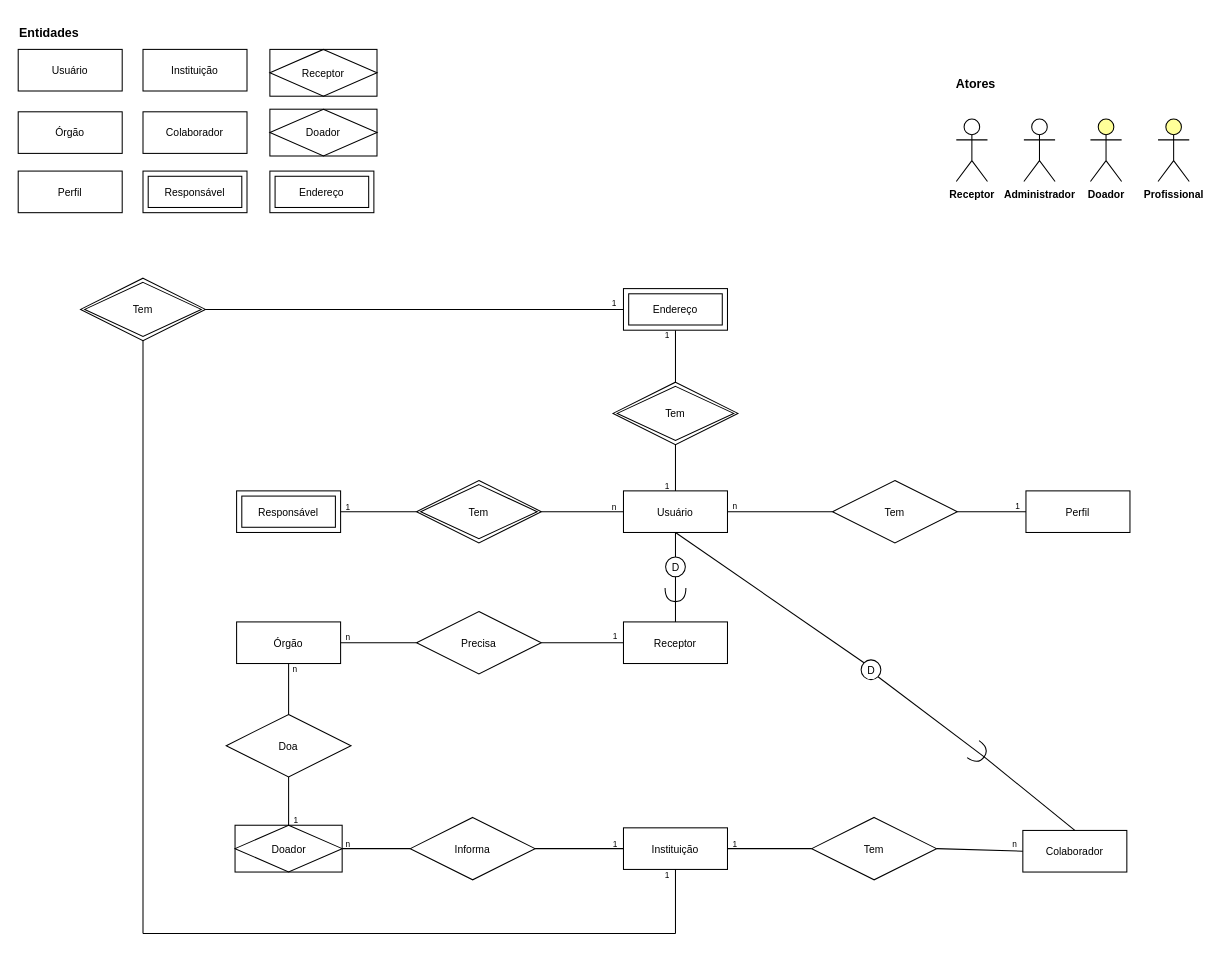
The draw.io diagram page "Modelo Conceitual" (1 of 2) of DER/DER-SDTO.drawio in squadlovelace/sdto-data-model, before the edit. Source tidied: cells renumbered, new cells numbered last; positions are measured from the earlier drawing's top-left corner, leaving out a move shared by most shapes. Both pictures are drawn from the tidied source at 104%, with x=0, y=0 at pixel (18, 18).
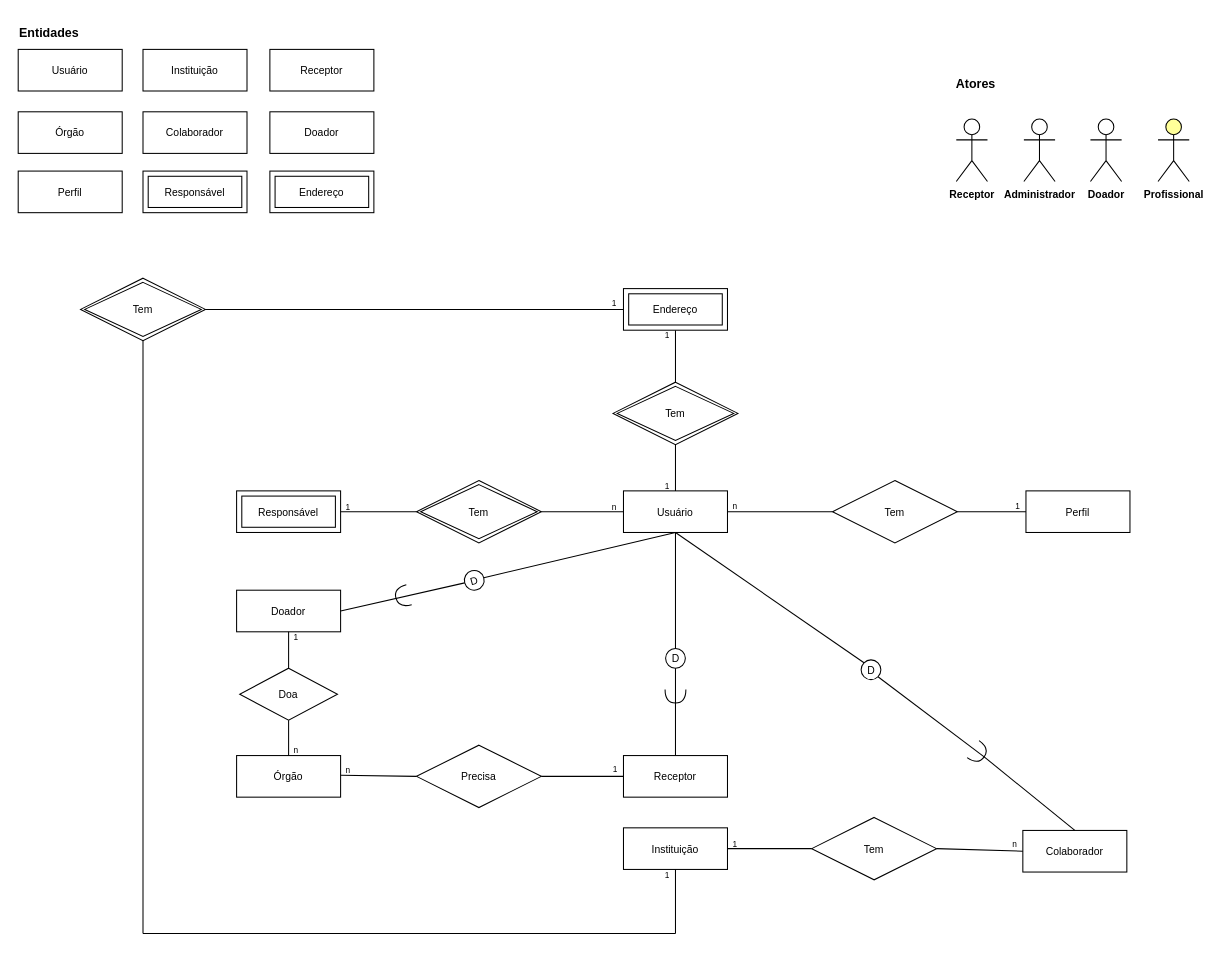
Above is the later version.

Commit message (it also covers changes not shown here):
modificação relação do Doador com a plataforma

Unchanged cells that the change refers to:
```xml
<mxCell id="8" value="Usuário" style="whiteSpace=wrap;html=1;align=center;fontSize=10;fontFamily=Helvetica;" parent="1" vertex="1">
  <mxGeometry x="582" y="454.5" width="100" height="40" as="geometry" />
</mxCell>
<mxCell id="13" value="Instituição" style="whiteSpace=wrap;html=1;align=center;fontSize=10;fontFamily=Helvetica;" parent="1" vertex="1">
  <mxGeometry x="582" y="778.5" width="100" height="40" as="geometry" />
</mxCell>
```

The edit, as a diff of the source:
```diff
@@
     <mxCell id="17" value="Órgão" style="whiteSpace=wrap;html=1;align=center;fontSize=10;fontFamily=Helvetica;" parent="1" vertex="1">
-      <mxGeometry x="210" y="580.5" width="100" height="40" as="geometry" />
+      <mxGeometry x="210" y="709" width="100" height="40" as="geometry" />
     </mxCell>
-    <mxCell id="18" style="endArrow=none;html=1;rounded=0;fontFamily=Helvetica;fontSize=10;exitX=1;exitY=0.5;exitDx=0;exitDy=0;entryX=0;entryY=0.5;entryDx=0;entryDy=0;" parent="1" edge="1" source="28" target="69">
+    <mxCell id="18" style="endArrow=none;html=1;rounded=0;fontFamily=Helvetica;fontSize=10;entryX=0;entryY=0.5;entryDx=0;entryDy=0;exitX=1;exitY=0.5;exitDx=0;exitDy=0;" parent="1" edge="1" source="28" target="69">
       <mxGeometry relative="1" as="geometry" />
     </mxCell>
-    <mxCell id="19" style="endArrow=none;html=1;rounded=0;fontFamily=Helvetica;fontSize=10;exitX=1;exitY=0.5;exitDx=0;exitDy=0;entryX=0;entryY=0.5;entryDx=0;entryDy=0;" parent="1" edge="1" source="17" target="28">
-      <mxGeometry relative="1" as="geometry" />
-    </mxCell>
@@
     <mxCell id="24" value="1" style="text;html=1;strokeColor=none;fillColor=none;align=center;verticalAlign=middle;whiteSpace=wrap;rounded=0;fontFamily=Helvetica;fontSize=8;fontStyle=0;" parent="1" vertex="1">
-      <mxGeometry x="567" y="588.5" width="15" height="10" as="geometry" />
+      <mxGeometry x="567" y="717" width="15" height="10" as="geometry" />
     </mxCell>
     <mxCell id="25" value="n" style="text;html=1;strokeColor=none;fillColor=none;align=center;verticalAlign=middle;whiteSpace=wrap;rounded=0;fontFamily=Helvetica;fontSize=8;fontStyle=0;" parent="1" vertex="1">
-      <mxGeometry x="310" y="589.5" width="15" height="10" as="geometry" />
+      <mxGeometry x="310" y="718" width="15" height="10" as="geometry" />
     </mxCell>
@@
     <mxCell id="28" value="Precisa" style="shape=rhombus;perimeter=rhombusPerimeter;whiteSpace=wrap;html=1;align=center;fontSize=10;" parent="1" vertex="1">
-      <mxGeometry x="383" y="570.5" width="120" height="60" as="geometry" />
+      <mxGeometry x="383" y="699" width="120" height="60" as="geometry" />
     </mxCell>
-    <mxCell id="29" value="Informa" style="shape=rhombus;perimeter=rhombusPerimeter;whiteSpace=wrap;html=1;align=center;fontSize=10;" parent="1" vertex="1">
-      <mxGeometry x="377" y="768.5" width="120" height="60" as="geometry" />
-    </mxCell>
-    <mxCell id="30" style="endArrow=none;html=1;rounded=0;fontFamily=Helvetica;fontSize=10;exitX=1;exitY=0.5;exitDx=0;exitDy=0;entryX=0;entryY=0.5;entryDx=0;entryDy=0;" parent="1" edge="1" source="29" target="13">
-      <mxGeometry relative="1" as="geometry" />
-    </mxCell>
-    <mxCell id="31" style="endArrow=none;html=1;rounded=0;fontFamily=Helvetica;fontSize=10;entryX=0;entryY=0.5;entryDx=0;entryDy=0;exitX=0;exitY=1;exitDx=0;exitDy=0;" parent="1" edge="1" source="32" target="29">
-      <mxGeometry relative="1" as="geometry" />
-    </mxCell>
-    <mxCell id="32" value="n" style="text;html=1;strokeColor=none;fillColor=none;align=center;verticalAlign=middle;whiteSpace=wrap;rounded=0;fontFamily=Helvetica;fontSize=8;fontStyle=0;" parent="1" vertex="1">
-      <mxGeometry x="310" y="788.5" width="15" height="10" as="geometry" />
-    </mxCell>
-    <mxCell id="33" value="1" style="text;html=1;strokeColor=none;fillColor=none;align=center;verticalAlign=middle;whiteSpace=wrap;rounded=0;fontFamily=Helvetica;fontSize=8;fontStyle=0;" parent="1" vertex="1">
-      <mxGeometry x="567" y="788.5" width="15" height="10" as="geometry" />
-    </mxCell>
-    <mxCell id="34" value="Doa" style="shape=rhombus;perimeter=rhombusPerimeter;whiteSpace=wrap;html=1;align=center;fontSize=10;" parent="1" vertex="1">
-      <mxGeometry x="200" y="669.5" width="120" height="60" as="geometry" />
-    </mxCell>
-    <mxCell id="35" style="endArrow=none;html=1;rounded=0;fontFamily=Helvetica;fontSize=10;exitX=0.5;exitY=0;exitDx=0;exitDy=0;" parent="1" edge="1" source="50" target="34">
-      <mxGeometry relative="1" as="geometry" />
-    </mxCell>
-    <mxCell id="36" style="endArrow=none;html=1;rounded=0;fontFamily=Helvetica;fontSize=10;exitX=0.5;exitY=0;exitDx=0;exitDy=0;entryX=0.5;entryY=1;entryDx=0;entryDy=0;" parent="1" edge="1" source="34" target="17">
-      <mxGeometry relative="1" as="geometry" />
-    </mxCell>
-    <mxCell id="37" value="n" style="text;html=1;strokeColor=none;fillColor=none;align=center;verticalAlign=middle;whiteSpace=wrap;rounded=0;fontFamily=Helvetica;fontSize=8;fontStyle=0;" parent="1" vertex="1">
-      <mxGeometry x="259" y="620.5" width="15" height="10" as="geometry" />
-    </mxCell>
-    <mxCell id="38" value="1" style="text;html=1;strokeColor=none;fillColor=none;align=center;verticalAlign=middle;whiteSpace=wrap;rounded=0;fontFamily=Helvetica;fontSize=8;fontStyle=0;" parent="1" vertex="1">
-      <mxGeometry x="260" y="766" width="15" height="10" as="geometry" />
-    </mxCell>
-    <mxCell id="39" value="Doador" style="shape=umlActor;html=1;verticalLabelPosition=bottom;verticalAlign=top;align=center;fontFamily=Helvetica;fontSize=10;fontStyle=1;fillColor=#FFFF99;" parent="1" vertex="1">
+    <mxCell id="39" value="Doador" style="shape=umlActor;html=1;verticalLabelPosition=bottom;verticalAlign=top;align=center;fontFamily=Helvetica;fontSize=10;fontStyle=1;" parent="1" vertex="1">
       <mxGeometry x="1031" y="97" width="30" height="60" as="geometry" />
     </mxCell>
@@
-    <mxCell id="50" value="Doador" style="shape=associativeEntity;whiteSpace=wrap;html=1;align=center;fontSize=10;" parent="1" vertex="1">
-      <mxGeometry x="208.5" y="776" width="103" height="45" as="geometry" />
-    </mxCell>
-    <mxCell id="51" value="Receptor" style="shape=associativeEntity;whiteSpace=wrap;html=1;align=center;fontSize=10;" parent="1" vertex="1">
-      <mxGeometry x="242" y="30" width="103" height="45" as="geometry" />
-    </mxCell>
-    <mxCell id="52" value="Doador" style="shape=associativeEntity;whiteSpace=wrap;html=1;align=center;fontSize=10;" parent="1" vertex="1">
-      <mxGeometry x="242" y="87.5" width="103" height="45" as="geometry" />
-    </mxCell>
@@
     <mxCell id="65" value="&lt;font style=&quot;font-size: 10px;&quot;&gt;D&lt;/font&gt;" style="ellipse;whiteSpace=wrap;html=1;rotation=0;" parent="1" vertex="1">
-      <mxGeometry x="622.5" y="518" width="19" height="19" as="geometry" />
+      <mxGeometry x="622.5" y="606" width="19" height="19" as="geometry" />
     </mxCell>
@@
     <mxCell id="67" style="shape=requiredInterface;html=1;verticalLabelPosition=bottom;sketch=0;fontSize=10;rotation=90;" parent="1" vertex="1">
-      <mxGeometry x="625.5" y="544.5" width="13" height="20" as="geometry" />
+      <mxGeometry x="625.5" y="642" width="13" height="20" as="geometry" />
     </mxCell>
@@
     <mxCell id="69" value="Receptor" style="whiteSpace=wrap;html=1;align=center;fontSize=10;fontFamily=Helvetica;" parent="1" vertex="1">
-      <mxGeometry x="582" y="580.5" width="100" height="40" as="geometry" />
+      <mxGeometry x="582" y="709" width="100" height="40" as="geometry" />
     </mxCell>
@@
+    <mxCell id="34" value="Doa" style="shape=rhombus;perimeter=rhombusPerimeter;whiteSpace=wrap;html=1;align=center;fontSize=10;" parent="1" vertex="1">
+      <mxGeometry x="213" y="625" width="94" height="50" as="geometry" />
+    </mxCell>
+    <mxCell id="79" value="Doador" style="whiteSpace=wrap;html=1;align=center;fontSize=10;" parent="1" vertex="1">
+      <mxGeometry x="210" y="550" width="100" height="40" as="geometry" />
+    </mxCell>
+    <mxCell id="80" style="endArrow=none;html=1;rounded=0;entryX=1;entryY=0.5;entryDx=0;entryDy=0;exitX=0;exitY=0.5;exitDx=0;exitDy=0;startArrow=none;" parent="1" edge="1" source="81" target="79">
+      <mxGeometry relative="1" as="geometry" />
+    </mxCell>
+    <mxCell id="81" value="&lt;font style=&quot;font-size: 10px;&quot;&gt;D&lt;/font&gt;" style="ellipse;whiteSpace=wrap;html=1;rotation=-15;" parent="1" vertex="1">
+      <mxGeometry x="429" y="531" width="19" height="19" as="geometry" />
+    </mxCell>
+    <mxCell id="82" style="endArrow=none;html=1;rounded=0;exitX=0.5;exitY=1;exitDx=0;exitDy=0;entryX=1;entryY=0.5;entryDx=0;entryDy=0;" parent="1" edge="1" source="8" target="81">
+      <mxGeometry relative="1" as="geometry" />
+    </mxCell>
+    <mxCell id="83" style="shape=requiredInterface;html=1;verticalLabelPosition=bottom;sketch=0;fontSize=10;rotation=-195;" parent="1" vertex="1">
+      <mxGeometry x="363" y="546" width="13" height="20" as="geometry" />
+    </mxCell>
+    <mxCell id="84" style="endArrow=none;html=1;rounded=0;fontSize=10;exitX=0.5;exitY=1;exitDx=0;exitDy=0;" parent="1" edge="1" source="79" target="34">
+      <mxGeometry relative="1" as="geometry" />
+    </mxCell>
+    <mxCell id="85" style="endArrow=none;html=1;rounded=0;fontSize=10;exitX=0.5;exitY=0;exitDx=0;exitDy=0;entryX=0.5;entryY=1;entryDx=0;entryDy=0;" parent="1" edge="1" source="17" target="34">
+      <mxGeometry relative="1" as="geometry" />
+    </mxCell>
+    <mxCell id="86" value="Doador" style="whiteSpace=wrap;html=1;align=center;fontSize=10;" parent="1" vertex="1">
+      <mxGeometry x="242" y="90" width="100" height="40" as="geometry" />
+    </mxCell>
+    <mxCell id="51" value="Receptor" style="whiteSpace=wrap;html=1;align=center;fontSize=10;fontFamily=Helvetica;" parent="1" vertex="1">
+      <mxGeometry x="242" y="30" width="100" height="40" as="geometry" />
+    </mxCell>
+    <mxCell id="87" value="1" style="text;html=1;strokeColor=none;fillColor=none;align=center;verticalAlign=middle;whiteSpace=wrap;rounded=0;fontFamily=Helvetica;fontSize=8;fontStyle=0;" parent="1" vertex="1">
+      <mxGeometry x="260" y="590" width="15" height="10" as="geometry" />
+    </mxCell>
+    <mxCell id="88" value="n" style="text;html=1;strokeColor=none;fillColor=none;align=center;verticalAlign=middle;whiteSpace=wrap;rounded=0;fontFamily=Helvetica;fontSize=8;fontStyle=0;" parent="1" vertex="1">
+      <mxGeometry x="260" y="699" width="15" height="10" as="geometry" />
+    </mxCell>
+    <mxCell id="89" style="endArrow=none;html=1;rounded=0;fontFamily=Helvetica;fontSize=10;exitX=0;exitY=1;exitDx=0;exitDy=0;entryX=0;entryY=0.5;entryDx=0;entryDy=0;" parent="1" edge="1" source="25" target="28">
+      <mxGeometry relative="1" as="geometry" />
+    </mxCell>
```
